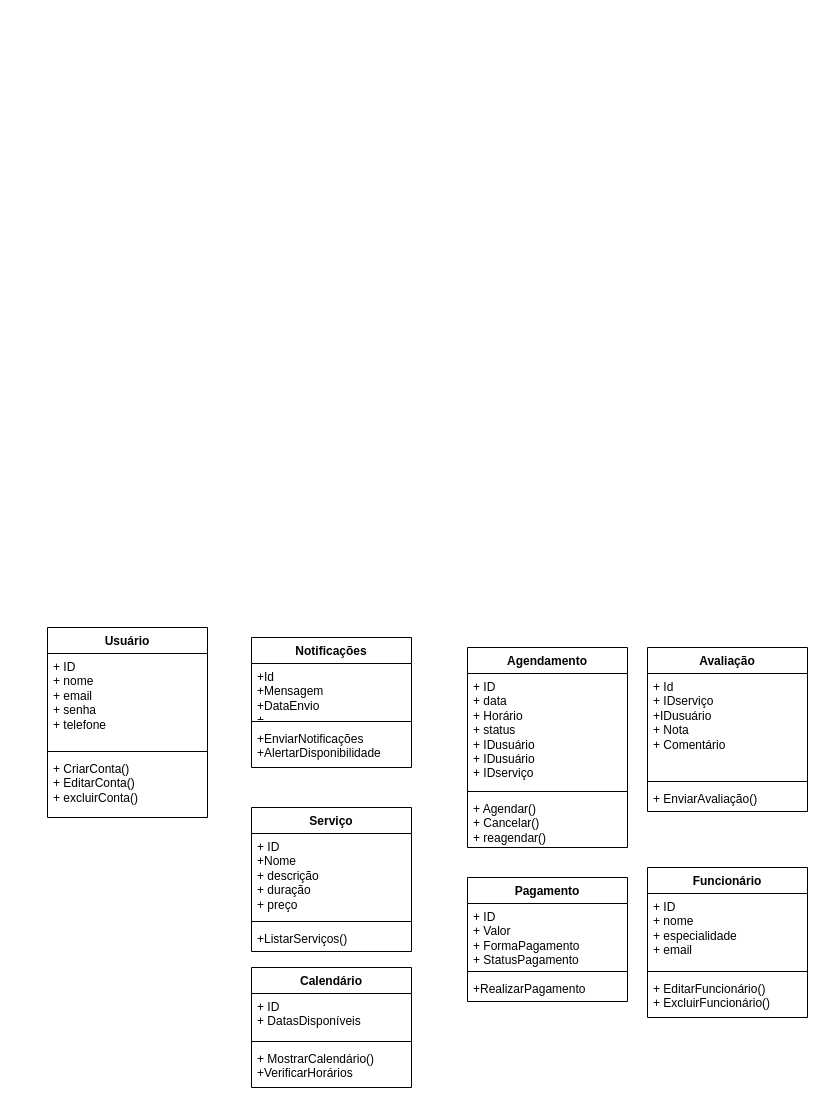
Above: page "Página-2" (2 of 2) of Diagrama sem nome.drawio in AnaBeatriz191/diagramasderequisitos (draw.io), before the change. Source tidied: cells renumbered, new cells numbered last; positions are measured from the earlier drawing's top-left corner, leaving out a move shared by most shapes. Both pictures are drawn from the tidied source at 100%, with x=0, y=0 at pixel (47, 627).
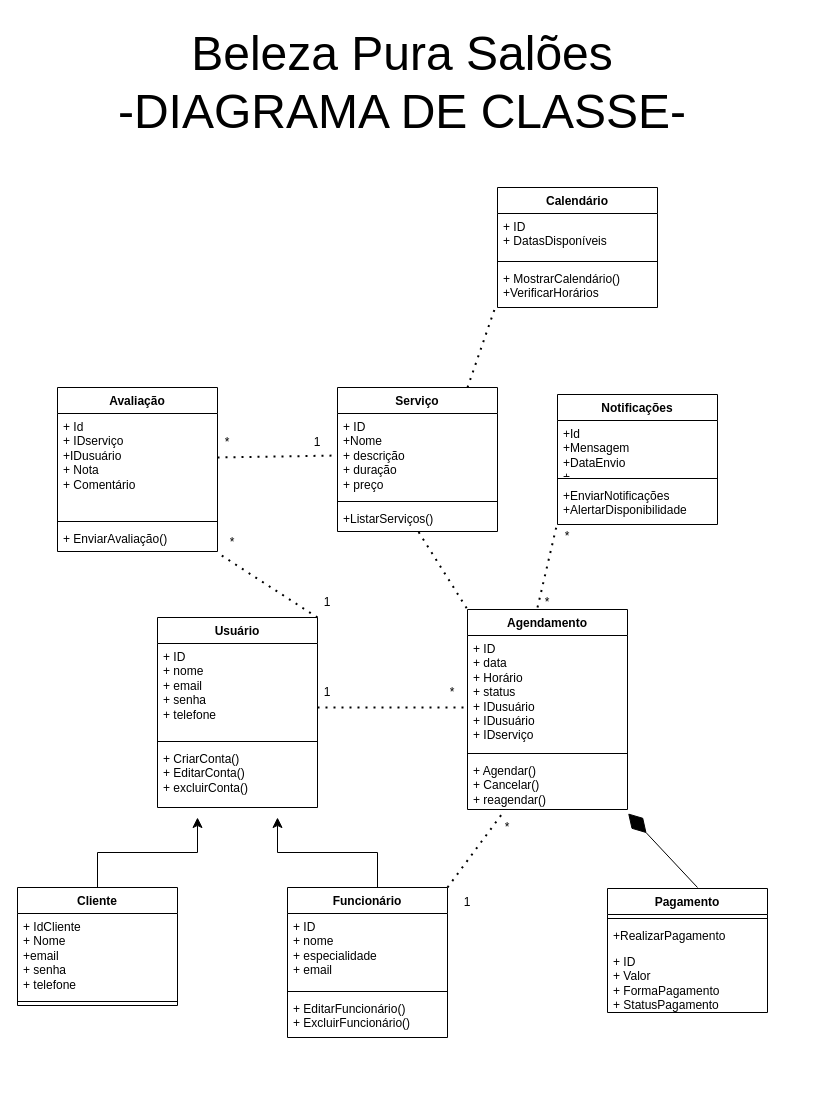
The same diagram, later.

Commit message:
Beleza pura salões

Unchanged cells that the change refers to:
```xml
<mxCell id="3" value="+ ID&lt;br&gt;+Nome&lt;br&gt;+ descrição&lt;br&gt;+ duração&lt;br&gt;+ preço" style="text;strokeColor=none;fillColor=none;align=left;verticalAlign=top;spacingLeft=4;spacingRight=4;overflow=hidden;points=[[0,0.5],[1,0.5]];portConstraint=eastwest;whiteSpace=wrap;html=1;" parent="2" vertex="1">
  <mxGeometry y="26" width="160" height="84" as="geometry" />
</mxCell>
<mxCell id="5" value="+ListarServiços()" style="text;strokeColor=none;fillColor=none;align=left;verticalAlign=top;spacingLeft=4;spacingRight=4;overflow=hidden;points=[[0,0.5],[1,0.5]];portConstraint=eastwest;whiteSpace=wrap;html=1;" parent="2" vertex="1">
  <mxGeometry y="118" width="160" height="26" as="geometry" />
</mxCell>
<mxCell id="9" value="+EnviarNotificações&lt;br&gt;+AlertarDisponibilidade" style="text;strokeColor=none;fillColor=none;align=left;verticalAlign=top;spacingLeft=4;spacingRight=4;overflow=hidden;points=[[0,0.5],[1,0.5]];portConstraint=eastwest;whiteSpace=wrap;html=1;" parent="6" vertex="1">
  <mxGeometry y="88" width="160" height="42" as="geometry" />
</mxCell>
<mxCell id="17" value="+ MostrarCalendário()&lt;br&gt;+VerificarHorários" style="text;strokeColor=none;fillColor=none;align=left;verticalAlign=top;spacingLeft=4;spacingRight=4;overflow=hidden;points=[[0,0.5],[1,0.5]];portConstraint=eastwest;whiteSpace=wrap;html=1;" parent="14" vertex="1">
  <mxGeometry y="78" width="160" height="42" as="geometry" />
</mxCell>
<mxCell id="25" value="+ EnviarAvaliação()" style="text;strokeColor=none;fillColor=none;align=left;verticalAlign=top;spacingLeft=4;spacingRight=4;overflow=hidden;points=[[0,0.5],[1,0.5]];portConstraint=eastwest;whiteSpace=wrap;html=1;" parent="22" vertex="1">
  <mxGeometry y="138" width="160" height="26" as="geometry" />
</mxCell>
<mxCell id="27" value="+ ID&lt;br&gt;+ data&lt;br&gt;+ Horário&lt;br&gt;+ status&lt;br&gt;+ IDusuário&lt;br&gt;+ IDusuário&lt;br&gt;+ IDserviço" style="text;strokeColor=none;fillColor=none;align=left;verticalAlign=top;spacingLeft=4;spacingRight=4;overflow=hidden;points=[[0,0.5],[1,0.5]];portConstraint=eastwest;whiteSpace=wrap;html=1;" parent="26" vertex="1">
  <mxGeometry y="26" width="160" height="114" as="geometry" />
</mxCell>
<mxCell id="29" value="+ Agendar()&lt;br&gt;+ Cancelar()&lt;br&gt;+ reagendar()" style="text;strokeColor=none;fillColor=none;align=left;verticalAlign=top;spacingLeft=4;spacingRight=4;overflow=hidden;points=[[0,0.5],[1,0.5]];portConstraint=eastwest;whiteSpace=wrap;html=1;" parent="26" vertex="1">
  <mxGeometry y="148" width="160" height="52" as="geometry" />
</mxCell>
```

Change to the diagram source:
```diff
@@
     <mxCell id="2" value="Serviço" style="swimlane;fontStyle=1;align=center;verticalAlign=top;horizontal=1;startSize=26;whiteSpace=wrap;html=1;" parent="1" vertex="1">
-      <mxGeometry x="204" y="180" width="160" height="144" as="geometry" />
+      <mxGeometry x="290" y="-240" width="160" height="144" as="geometry" />
     </mxCell>
@@
     <mxCell id="6" value="Notificações" style="swimlane;fontStyle=1;align=center;verticalAlign=top;horizontal=1;startSize=26;whiteSpace=wrap;html=1;" parent="1" vertex="1">
-      <mxGeometry x="204" y="10" width="160" height="130" as="geometry" />
+      <mxGeometry x="510" y="-233" width="160" height="130" as="geometry" />
     </mxCell>
@@
     <mxCell id="10" value="Pagamento" style="swimlane;fontStyle=1;align=center;verticalAlign=top;horizontal=1;startSize=26;whiteSpace=wrap;html=1;" parent="1" vertex="1">
-      <mxGeometry x="420" y="250" width="160" height="124" as="geometry" />
+      <mxGeometry x="560" y="261" width="160" height="124" as="geometry" />
     </mxCell>
-    <mxCell id="11" value="+ ID&lt;br&gt;+ Valor&lt;br&gt;+ FormaPagamento&lt;br&gt;+ StatusPagamento" style="text;strokeColor=none;fillColor=none;align=left;verticalAlign=top;spacingLeft=4;spacingRight=4;overflow=hidden;whiteSpace=wrap;html=1;" parent="10" vertex="1">
-      <mxGeometry y="26" width="160" height="64" as="geometry" />
-    </mxCell>
     <mxCell id="12" style="line;strokeWidth=1;fillColor=none;align=left;verticalAlign=middle;spacingTop=-1;spacingLeft=3;spacingRight=3;labelPosition=right;strokeColor=inherit;" parent="10" vertex="1">
-      <mxGeometry y="90" width="160" height="8" as="geometry" />
+      <mxGeometry y="26" width="160" height="8" as="geometry" />
     </mxCell>
     <mxCell id="13" value="+RealizarPagamento" style="text;strokeColor=none;fillColor=none;align=left;verticalAlign=top;spacingLeft=4;spacingRight=4;overflow=hidden;whiteSpace=wrap;html=1;" parent="10" vertex="1">
-      <mxGeometry y="98" width="160" height="26" as="geometry" />
+      <mxGeometry y="34" width="160" height="26" as="geometry" />
     </mxCell>
+    <mxCell id="11" value="+ ID&lt;br&gt;+ Valor&lt;br&gt;+ FormaPagamento&lt;br&gt;+ StatusPagamento" style="text;strokeColor=none;fillColor=none;align=left;verticalAlign=top;spacingLeft=4;spacingRight=4;overflow=hidden;whiteSpace=wrap;html=1;" parent="10" vertex="1">
+      <mxGeometry y="60" width="160" height="64" as="geometry" />
+    </mxCell>
     <mxCell id="14" value="Calendário" style="swimlane;fontStyle=1;align=center;verticalAlign=top;horizontal=1;startSize=26;whiteSpace=wrap;html=1;" parent="1" vertex="1">
-      <mxGeometry x="204" y="340" width="160" height="120" as="geometry" />
+      <mxGeometry x="450" y="-440" width="160" height="120" as="geometry" />
     </mxCell>
@@
     <mxCell id="18" value="Funcionário" style="swimlane;fontStyle=1;align=center;verticalAlign=top;horizontal=1;startSize=26;whiteSpace=wrap;html=1;" parent="1" vertex="1">
-      <mxGeometry x="600" y="240" width="160" height="150" as="geometry" />
+      <mxGeometry x="240" y="260" width="160" height="150" as="geometry" />
     </mxCell>
@@
     <mxCell id="22" value="Avaliação" style="swimlane;fontStyle=1;align=center;verticalAlign=top;horizontal=1;startSize=26;whiteSpace=wrap;html=1;" parent="1" vertex="1">
-      <mxGeometry x="600" y="20" width="160" height="164" as="geometry" />
+      <mxGeometry x="10" y="-240" width="160" height="164" as="geometry" />
     </mxCell>
@@
     <mxCell id="26" value="Agendamento" style="swimlane;fontStyle=1;align=center;verticalAlign=top;horizontal=1;startSize=26;whiteSpace=wrap;html=1;" parent="1" vertex="1">
-      <mxGeometry x="420" y="20" width="160" height="200" as="geometry" />
+      <mxGeometry x="420" y="-18" width="160" height="200" as="geometry" />
     </mxCell>
@@
     <mxCell id="30" value="Usuário" style="swimlane;fontStyle=1;align=center;verticalAlign=top;horizontal=1;startSize=26;whiteSpace=wrap;html=1;" parent="1" vertex="1">
-      <mxGeometry width="160" height="190" as="geometry" />
+      <mxGeometry x="110" y="-10" width="160" height="190" as="geometry" />
     </mxCell>
@@
+    <mxCell id="34" value="Cliente" style="swimlane;fontStyle=1;align=center;verticalAlign=top;horizontal=1;startSize=26;whiteSpace=wrap;html=1;" parent="1" vertex="1">
+      <mxGeometry x="-30" y="260" width="160" height="118" as="geometry" />
+    </mxCell>
+    <mxCell id="35" value="+ IdCliente&lt;br&gt;+ Nome&lt;br&gt;+email&lt;br&gt;+ senha&lt;br&gt;+ telefone" style="text;strokeColor=none;fillColor=none;align=left;verticalAlign=top;spacingLeft=4;spacingRight=4;overflow=hidden;whiteSpace=wrap;html=1;" parent="34" vertex="1">
+      <mxGeometry y="26" width="160" height="84" as="geometry" />
+    </mxCell>
+    <mxCell id="36" style="line;strokeWidth=1;fillColor=none;align=left;verticalAlign=middle;spacingTop=-1;spacingLeft=3;spacingRight=3;labelPosition=right;strokeColor=inherit;" parent="34" vertex="1">
+      <mxGeometry y="110" width="160" height="8" as="geometry" />
+    </mxCell>
+    <mxCell id="37" style="edgeStyle=elbowEdgeStyle;elbow=vertical;endArrow=classic;html=1;curved=0;rounded=0;endSize=8;startSize=8;" parent="1" edge="1">
+      <mxGeometry relative="1" as="geometry">
+        <mxPoint x="330" y="260" as="sourcePoint" />
+        <mxPoint x="230" y="190" as="targetPoint" />
+      </mxGeometry>
+    </mxCell>
+    <mxCell id="38" style="edgeStyle=elbowEdgeStyle;elbow=vertical;endArrow=classic;html=1;curved=0;rounded=0;endSize=8;startSize=8;" parent="1" edge="1">
+      <mxGeometry relative="1" as="geometry">
+        <mxPoint x="50" y="260" as="sourcePoint" />
+        <mxPoint x="150" y="190" as="targetPoint" />
+      </mxGeometry>
+    </mxCell>
+    <mxCell id="39" style="endArrow=none;dashed=1;html=1;dashPattern=1 3;strokeWidth=2;rounded=0;entryX=-0.012;entryY=0.632;entryDx=0;entryDy=0;entryPerimeter=0;" parent="1" edge="1" target="27">
+      <mxGeometry relative="1" as="geometry">
+        <mxPoint x="270" y="80" as="sourcePoint" />
+      </mxGeometry>
+    </mxCell>
+    <mxCell id="40" value="1" style="text;html=1;align=center;verticalAlign=middle;whiteSpace=wrap;rounded=0;" parent="1" vertex="1">
+      <mxGeometry x="250" y="50" width="60" height="30" as="geometry" />
+    </mxCell>
+    <mxCell id="41" value="*" style="text;html=1;align=center;verticalAlign=middle;whiteSpace=wrap;rounded=0;" parent="1" vertex="1">
+      <mxGeometry x="360" y="45" width="90" height="40" as="geometry" />
+    </mxCell>
+    <mxCell id="42" style="endArrow=none;dashed=1;html=1;dashPattern=1 3;strokeWidth=2;rounded=0;entryX=0.222;entryY=1.059;entryDx=0;entryDy=0;entryPerimeter=0;" parent="1" edge="1" target="29">
+      <mxGeometry relative="1" as="geometry">
+        <mxPoint x="400" y="260" as="sourcePoint" />
+      </mxGeometry>
+    </mxCell>
+    <mxCell id="43" value="1" style="text;html=1;align=center;verticalAlign=middle;whiteSpace=wrap;rounded=0;" parent="1" vertex="1">
+      <mxGeometry x="390" y="260" width="60" height="30" as="geometry" />
+    </mxCell>
+    <mxCell id="44" value="*" style="text;html=1;align=center;verticalAlign=middle;whiteSpace=wrap;rounded=0;" parent="1" vertex="1">
+      <mxGeometry x="390" y="140" width="140" height="120" as="geometry" />
+    </mxCell>
+    <mxCell id="45" style="endArrow=none;dashed=1;html=1;dashPattern=1 3;strokeWidth=2;rounded=0;entryX=1.006;entryY=1.075;entryDx=0;entryDy=0;entryPerimeter=0;" parent="1" edge="1" target="25">
+      <mxGeometry relative="1" as="geometry">
+        <mxPoint x="270" y="-10" as="sourcePoint" />
+      </mxGeometry>
+    </mxCell>
+    <mxCell id="46" value="1" style="text;html=1;align=center;verticalAlign=middle;whiteSpace=wrap;rounded=0;" parent="1" vertex="1">
+      <mxGeometry x="250" y="-40" width="60" height="30" as="geometry" />
+    </mxCell>
+    <mxCell id="47" value="*" style="text;html=1;align=center;verticalAlign=middle;whiteSpace=wrap;rounded=0;" parent="1" vertex="1">
+      <mxGeometry x="140" y="-110" width="90" height="50" as="geometry" />
+    </mxCell>
+    <mxCell id="48" style="endArrow=none;dashed=1;html=1;dashPattern=1 3;strokeWidth=2;rounded=0;entryX=0;entryY=0.5;entryDx=0;entryDy=0;" parent="1" edge="1" target="3">
+      <mxGeometry relative="1" as="geometry">
+        <mxPoint x="170" y="-170" as="sourcePoint" />
+      </mxGeometry>
+    </mxCell>
+    <mxCell id="49" value="*" style="text;html=1;align=center;verticalAlign=middle;whiteSpace=wrap;rounded=0;" parent="1" vertex="1">
+      <mxGeometry x="150" y="-200" width="60" height="30" as="geometry" />
+    </mxCell>
+    <mxCell id="50" value="1" style="text;html=1;align=center;verticalAlign=middle;whiteSpace=wrap;rounded=0;" parent="1" vertex="1">
+      <mxGeometry x="240" y="-200" width="60" height="30" as="geometry" />
+    </mxCell>
+    <mxCell id="51" style="endArrow=none;dashed=1;html=1;dashPattern=1 3;strokeWidth=2;rounded=0;entryX=-0.005;entryY=1.022;entryDx=0;entryDy=0;entryPerimeter=0;" parent="1" edge="1" target="9">
+      <mxGeometry relative="1" as="geometry">
+        <mxPoint x="490" y="-20" as="sourcePoint" />
+      </mxGeometry>
+    </mxCell>
+    <mxCell id="52" value="*" style="text;html=1;align=center;verticalAlign=middle;whiteSpace=wrap;rounded=0;" parent="1" vertex="1">
+      <mxGeometry x="470" y="-40" width="60" height="30" as="geometry" />
+    </mxCell>
+    <mxCell id="53" value="*" style="text;html=1;align=center;verticalAlign=middle;whiteSpace=wrap;rounded=0;" parent="1" vertex="1">
+      <mxGeometry x="490" y="-106" width="60" height="30" as="geometry" />
+    </mxCell>
+    <mxCell id="54" style="endArrow=none;dashed=1;html=1;dashPattern=1 3;strokeWidth=2;rounded=0;exitX=0.507;exitY=1.02;exitDx=0;exitDy=0;exitPerimeter=0;" parent="1" edge="1" source="5">
+      <mxGeometry relative="1" as="geometry">
+        <mxPoint x="420" y="-18" as="targetPoint" />
+      </mxGeometry>
+    </mxCell>
+    <mxCell id="55" style="endArrow=diamondThin;endFill=1;endSize=24;html=1;rounded=0;entryX=1.004;entryY=1.076;entryDx=0;entryDy=0;entryPerimeter=0;" parent="1" edge="1" target="29">
+      <mxGeometry relative="1" as="geometry">
+        <mxPoint x="650" y="260" as="sourcePoint" />
+      </mxGeometry>
+    </mxCell>
+    <mxCell id="56" style="endArrow=none;dashed=1;html=1;dashPattern=1 3;strokeWidth=2;rounded=0;entryX=-0.014;entryY=0.995;entryDx=0;entryDy=0;entryPerimeter=0;" parent="1" edge="1" target="17">
+      <mxGeometry relative="1" as="geometry">
+        <mxPoint x="420" y="-240" as="sourcePoint" />
+      </mxGeometry>
+    </mxCell>
+    <mxCell id="57" value="&lt;span style=&quot;font-size: 48px;&quot;&gt;Beleza Pura Salões&lt;br&gt;-DIAGRAMA DE CLASSE-&lt;/span&gt;" style="text;html=1;align=center;verticalAlign=middle;whiteSpace=wrap;rounded=0;" parent="1" vertex="1">
+      <mxGeometry x="60" y="-610" width="590" height="130" as="geometry" />
+    </mxCell>
```
